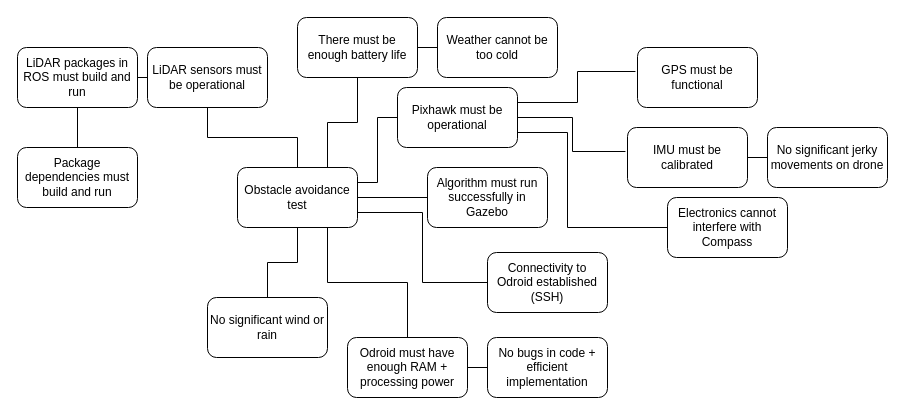
prasannawilliams/high-level-architecture keeps this draw.io diagram as outdoor_testing_dependency.drawio. Above is the earlier version. Source tidied: cells renumbered, new cells numbered last; positions are measured from the earlier drawing's top-left corner, leaving out a move shared by most shapes. Both pictures are drawn from the tidied source at 100%, with x=0, y=0 at pixel (17, 17).
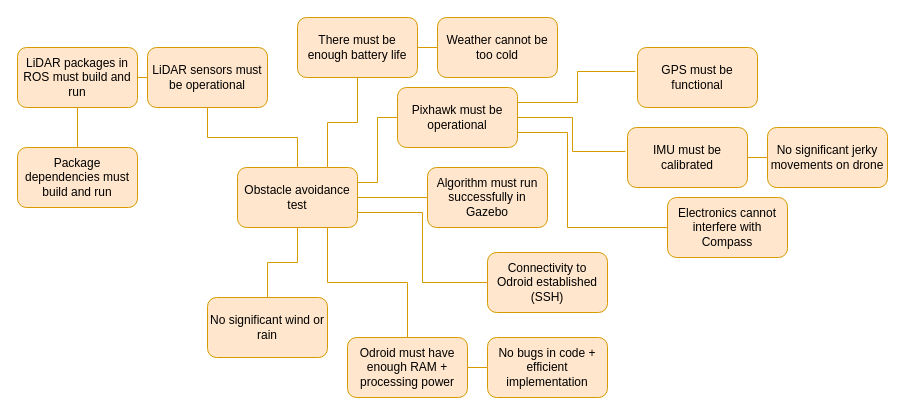
After the change.

Diff of the diagram source:
```diff
@@
-    <mxCell id="2" style="edgeStyle=orthogonalEdgeStyle;rounded=0;jettySize=auto;html=1;exitX=1;exitY=0.75;exitDx=0;exitDy=0;endArrow=none;endFill=0;entryX=0;entryY=0.5;entryDx=0;entryDy=0;" parent="1" edge="1" source="13" target="19">
+    <mxCell id="2" style="edgeStyle=orthogonalEdgeStyle;rounded=0;jettySize=auto;html=1;exitX=1;exitY=0.75;exitDx=0;exitDy=0;endArrow=none;endFill=0;entryX=0;entryY=0.5;entryDx=0;entryDy=0;fillColor=#ffe6cc;strokeColor=#d79b00;" parent="1" edge="1" source="13" target="19">
       <mxGeometry relative="1" as="geometry">
         <Array as="points">
           <mxPoint x="550" y="115" />
           <mxPoint x="550" y="210" />
         </Array>
       </mxGeometry>
     </mxCell>
-    <mxCell id="3" style="edgeStyle=orthogonalEdgeStyle;rounded=0;jettySize=auto;html=1;exitX=1;exitY=0.5;exitDx=0;exitDy=0;endArrow=none;endFill=0;" parent="1" edge="1" source="10" target="11">
+    <mxCell id="3" style="edgeStyle=orthogonalEdgeStyle;rounded=0;jettySize=auto;html=1;exitX=1;exitY=0.5;exitDx=0;exitDy=0;endArrow=none;endFill=0;fillColor=#ffe6cc;strokeColor=#d79b00;" parent="1" edge="1" source="10" target="11">
       <mxGeometry relative="1" as="geometry" />
     </mxCell>
-    <mxCell id="4" style="edgeStyle=orthogonalEdgeStyle;rounded=0;jettySize=auto;html=1;exitX=1;exitY=0.25;exitDx=0;exitDy=0;entryX=0;entryY=0.5;entryDx=0;entryDy=0;endArrow=none;endFill=0;" parent="1" edge="1" source="10" target="13">
+    <mxCell id="4" style="edgeStyle=orthogonalEdgeStyle;rounded=0;jettySize=auto;html=1;exitX=1;exitY=0.25;exitDx=0;exitDy=0;entryX=0;entryY=0.5;entryDx=0;entryDy=0;endArrow=none;endFill=0;fillColor=#ffe6cc;strokeColor=#d79b00;" parent="1" edge="1" source="10" target="13">
       <mxGeometry relative="1" as="geometry" />
     </mxCell>
-    <mxCell id="5" style="edgeStyle=orthogonalEdgeStyle;rounded=0;jettySize=auto;html=1;exitX=1;exitY=0.75;exitDx=0;exitDy=0;entryX=0;entryY=0.5;entryDx=0;entryDy=0;endArrow=none;endFill=0;" parent="1" edge="1" source="10" target="14">
+    <mxCell id="5" style="edgeStyle=orthogonalEdgeStyle;rounded=0;jettySize=auto;html=1;exitX=1;exitY=0.75;exitDx=0;exitDy=0;entryX=0;entryY=0.5;entryDx=0;entryDy=0;endArrow=none;endFill=0;fillColor=#ffe6cc;strokeColor=#d79b00;" parent="1" edge="1" source="10" target="14">
       <mxGeometry relative="1" as="geometry" />
     </mxCell>
-    <mxCell id="6" style="edgeStyle=orthogonalEdgeStyle;rounded=0;jettySize=auto;html=1;exitX=0.75;exitY=1;exitDx=0;exitDy=0;endArrow=none;endFill=0;" parent="1" edge="1" source="10" target="22">
+    <mxCell id="6" style="edgeStyle=orthogonalEdgeStyle;rounded=0;jettySize=auto;html=1;exitX=0.75;exitY=1;exitDx=0;exitDy=0;endArrow=none;endFill=0;fillColor=#ffe6cc;strokeColor=#d79b00;" parent="1" edge="1" source="10" target="22">
       <mxGeometry relative="1" as="geometry" />
     </mxCell>
-    <mxCell id="7" style="edgeStyle=orthogonalEdgeStyle;rounded=0;jettySize=auto;html=1;exitX=0.75;exitY=0;exitDx=0;exitDy=0;endArrow=none;endFill=0;" parent="1" edge="1" source="10" target="25">
+    <mxCell id="7" style="edgeStyle=orthogonalEdgeStyle;rounded=0;jettySize=auto;html=1;exitX=0.75;exitY=0;exitDx=0;exitDy=0;endArrow=none;endFill=0;fillColor=#ffe6cc;strokeColor=#d79b00;" parent="1" edge="1" source="10" target="25">
       <mxGeometry relative="1" as="geometry" />
     </mxCell>
-    <mxCell id="8" style="edgeStyle=orthogonalEdgeStyle;rounded=0;jettySize=auto;html=1;endArrow=none;endFill=0;entryX=0.5;entryY=0;entryDx=0;entryDy=0;" parent="1" edge="1" source="10" target="26">
+    <mxCell id="8" style="edgeStyle=orthogonalEdgeStyle;rounded=0;jettySize=auto;html=1;endArrow=none;endFill=0;entryX=0.5;entryY=0;entryDx=0;entryDy=0;fillColor=#ffe6cc;strokeColor=#d79b00;" parent="1" edge="1" source="10" target="26">
       <mxGeometry relative="1" as="geometry" />
     </mxCell>
-    <mxCell id="9" style="edgeStyle=orthogonalEdgeStyle;rounded=0;jettySize=auto;html=1;endArrow=none;endFill=0;" parent="1" edge="1" source="10" target="29">
+    <mxCell id="9" style="edgeStyle=orthogonalEdgeStyle;rounded=0;jettySize=auto;html=1;endArrow=none;endFill=0;fillColor=#ffe6cc;strokeColor=#d79b00;" parent="1" edge="1" source="10" target="29">
       <mxGeometry relative="1" as="geometry" />
     </mxCell>
-    <mxCell id="10" value="Obstacle avoidance test" style="rounded=1;whiteSpace=wrap;html=1;" parent="1" vertex="1">
+    <mxCell id="10" value="Obstacle avoidance test" style="rounded=1;whiteSpace=wrap;html=1;fillColor=#ffe6cc;strokeColor=#d79b00;" parent="1" vertex="1">
       <mxGeometry x="220" y="150" width="120" height="60" as="geometry" />
     </mxCell>
-    <mxCell id="11" value="Algorithm must run successfully in Gazebo&lt;br&gt;" style="rounded=1;whiteSpace=wrap;html=1;" parent="1" vertex="1">
+    <mxCell id="11" value="Algorithm must run successfully in Gazebo&lt;br&gt;" style="rounded=1;whiteSpace=wrap;html=1;fillColor=#ffe6cc;strokeColor=#d79b00;" parent="1" vertex="1">
       <mxGeometry x="410" y="150" width="120" height="60" as="geometry" />
     </mxCell>
-    <mxCell id="12" style="edgeStyle=orthogonalEdgeStyle;rounded=0;jettySize=auto;html=1;exitX=1;exitY=0.25;exitDx=0;exitDy=0;entryX=-0.017;entryY=0.4;entryDx=0;entryDy=0;entryPerimeter=0;endArrow=none;endFill=0;" parent="1" edge="1" source="13" target="15">
+    <mxCell id="12" style="edgeStyle=orthogonalEdgeStyle;rounded=0;jettySize=auto;html=1;exitX=1;exitY=0.25;exitDx=0;exitDy=0;entryX=-0.017;entryY=0.4;entryDx=0;entryDy=0;entryPerimeter=0;endArrow=none;endFill=0;fillColor=#ffe6cc;strokeColor=#d79b00;" parent="1" edge="1" source="13" target="15">
       <mxGeometry relative="1" as="geometry" />
     </mxCell>
-    <mxCell id="13" value="Pixhawk must be operational&lt;br&gt;" style="rounded=1;whiteSpace=wrap;html=1;" parent="1" vertex="1">
+    <mxCell id="13" value="Pixhawk must be operational&lt;br&gt;" style="rounded=1;whiteSpace=wrap;html=1;fillColor=#ffe6cc;strokeColor=#d79b00;" parent="1" vertex="1">
       <mxGeometry x="380" y="70" width="120" height="60" as="geometry" />
     </mxCell>
-    <mxCell id="14" value="Connectivity to Odroid established (SSH)" style="rounded=1;whiteSpace=wrap;html=1;" parent="1" vertex="1">
+    <mxCell id="14" value="Connectivity to Odroid established (SSH)" style="rounded=1;whiteSpace=wrap;html=1;fillColor=#ffe6cc;strokeColor=#d79b00;" parent="1" vertex="1">
       <mxGeometry x="470" y="235" width="120" height="60" as="geometry" />
     </mxCell>
-    <mxCell id="15" value="GPS must be functional&lt;br&gt;" style="rounded=1;whiteSpace=wrap;html=1;" parent="1" vertex="1">
+    <mxCell id="15" value="GPS must be functional&lt;br&gt;" style="rounded=1;whiteSpace=wrap;html=1;fillColor=#ffe6cc;strokeColor=#d79b00;" parent="1" vertex="1">
       <mxGeometry x="620" y="30" width="120" height="60" as="geometry" />
     </mxCell>
-    <mxCell id="16" style="edgeStyle=orthogonalEdgeStyle;rounded=0;jettySize=auto;html=1;exitX=1;exitY=0.5;exitDx=0;exitDy=0;entryX=-0.017;entryY=0.4;entryDx=0;entryDy=0;entryPerimeter=0;endArrow=none;endFill=0;" parent="1" edge="1" source="13" target="18">
+    <mxCell id="16" style="edgeStyle=orthogonalEdgeStyle;rounded=0;jettySize=auto;html=1;exitX=1;exitY=0.5;exitDx=0;exitDy=0;entryX=-0.017;entryY=0.4;entryDx=0;entryDy=0;entryPerimeter=0;endArrow=none;endFill=0;fillColor=#ffe6cc;strokeColor=#d79b00;" parent="1" edge="1" source="13" target="18">
       <mxGeometry relative="1" as="geometry" />
     </mxCell>
-    <mxCell id="17" style="edgeStyle=orthogonalEdgeStyle;rounded=0;jettySize=auto;html=1;exitX=1;exitY=0.5;exitDx=0;exitDy=0;endArrow=none;endFill=0;entryX=0;entryY=0.5;entryDx=0;entryDy=0;" parent="1" edge="1" source="18" target="20">
+    <mxCell id="17" style="edgeStyle=orthogonalEdgeStyle;rounded=0;jettySize=auto;html=1;exitX=1;exitY=0.5;exitDx=0;exitDy=0;endArrow=none;endFill=0;entryX=0;entryY=0.5;entryDx=0;entryDy=0;fillColor=#ffe6cc;strokeColor=#d79b00;" parent="1" edge="1" source="18" target="20">
       <mxGeometry relative="1" as="geometry" />
     </mxCell>
-    <mxCell id="18" value="IMU must be calibrated&lt;br&gt;" style="rounded=1;whiteSpace=wrap;html=1;" parent="1" vertex="1">
+    <mxCell id="18" value="IMU must be calibrated&lt;br&gt;" style="rounded=1;whiteSpace=wrap;html=1;fillColor=#ffe6cc;strokeColor=#d79b00;" parent="1" vertex="1">
       <mxGeometry x="610" y="110" width="120" height="60" as="geometry" />
     </mxCell>
-    <mxCell id="19" value="Electronics cannot interfere with Compass&lt;br&gt;" style="rounded=1;whiteSpace=wrap;html=1;" parent="1" vertex="1">
+    <mxCell id="19" value="Electronics cannot interfere with Compass&lt;br&gt;" style="rounded=1;whiteSpace=wrap;html=1;fillColor=#ffe6cc;strokeColor=#d79b00;" parent="1" vertex="1">
       <mxGeometry x="650" y="180" width="120" height="60" as="geometry" />
     </mxCell>
-    <mxCell id="20" value="No significant jerky movements on drone&lt;br&gt;" style="rounded=1;whiteSpace=wrap;html=1;" parent="1" vertex="1">
+    <mxCell id="20" value="No significant jerky movements on drone&lt;br&gt;" style="rounded=1;whiteSpace=wrap;html=1;fillColor=#ffe6cc;strokeColor=#d79b00;" parent="1" vertex="1">
       <mxGeometry x="750" y="110" width="120" height="60" as="geometry" />
     </mxCell>
-    <mxCell id="21" style="edgeStyle=orthogonalEdgeStyle;rounded=0;jettySize=auto;html=1;endArrow=none;endFill=0;" parent="1" edge="1" source="22" target="23">
+    <mxCell id="21" style="edgeStyle=orthogonalEdgeStyle;rounded=0;jettySize=auto;html=1;endArrow=none;endFill=0;fillColor=#ffe6cc;strokeColor=#d79b00;" parent="1" edge="1" source="22" target="23">
       <mxGeometry relative="1" as="geometry" />
     </mxCell>
-    <mxCell id="22" value="Odroid must have enough RAM + processing power" style="rounded=1;whiteSpace=wrap;html=1;" parent="1" vertex="1">
+    <mxCell id="22" value="Odroid must have enough RAM + processing power" style="rounded=1;whiteSpace=wrap;html=1;fillColor=#ffe6cc;strokeColor=#d79b00;" parent="1" vertex="1">
       <mxGeometry x="330" y="320" width="120" height="60" as="geometry" />
     </mxCell>
-    <mxCell id="23" value="No bugs in code + efficient implementation" style="rounded=1;whiteSpace=wrap;html=1;" parent="1" vertex="1">
+    <mxCell id="23" value="No bugs in code + efficient implementation" style="rounded=1;whiteSpace=wrap;html=1;fillColor=#ffe6cc;strokeColor=#d79b00;" parent="1" vertex="1">
       <mxGeometry x="470" y="320" width="120" height="60" as="geometry" />
     </mxCell>
-    <mxCell id="24" style="edgeStyle=orthogonalEdgeStyle;rounded=0;jettySize=auto;html=1;endArrow=none;endFill=0;" parent="1" edge="1" source="25" target="27">
+    <mxCell id="24" style="edgeStyle=orthogonalEdgeStyle;rounded=0;jettySize=auto;html=1;endArrow=none;endFill=0;fillColor=#ffe6cc;strokeColor=#d79b00;" parent="1" edge="1" source="25" target="27">
       <mxGeometry relative="1" as="geometry" />
     </mxCell>
-    <mxCell id="25" value="There must be enough battery life" style="rounded=1;whiteSpace=wrap;html=1;" parent="1" vertex="1">
+    <mxCell id="25" value="There must be enough battery life" style="rounded=1;whiteSpace=wrap;html=1;fillColor=#ffe6cc;strokeColor=#d79b00;" parent="1" vertex="1">
       <mxGeometry x="280" width="120" height="60" as="geometry" />
     </mxCell>
-    <mxCell id="26" value="No significant wind or rain&lt;br&gt;" style="rounded=1;whiteSpace=wrap;html=1;" parent="1" vertex="1">
+    <mxCell id="26" value="No significant wind or rain&lt;br&gt;" style="rounded=1;whiteSpace=wrap;html=1;fillColor=#ffe6cc;strokeColor=#d79b00;" parent="1" vertex="1">
       <mxGeometry x="190" y="280" width="120" height="60" as="geometry" />
     </mxCell>
-    <mxCell id="27" value="Weather cannot be too cold" style="rounded=1;whiteSpace=wrap;html=1;" parent="1" vertex="1">
+    <mxCell id="27" value="Weather cannot be too cold" style="rounded=1;whiteSpace=wrap;html=1;fillColor=#ffe6cc;strokeColor=#d79b00;" parent="1" vertex="1">
       <mxGeometry x="420" width="120" height="60" as="geometry" />
     </mxCell>
-    <mxCell id="28" style="edgeStyle=orthogonalEdgeStyle;rounded=0;jettySize=auto;html=1;exitX=0;exitY=0.5;exitDx=0;exitDy=0;endArrow=none;endFill=0;" parent="1" edge="1" source="29" target="31">
+    <mxCell id="28" style="edgeStyle=orthogonalEdgeStyle;rounded=0;jettySize=auto;html=1;exitX=0;exitY=0.5;exitDx=0;exitDy=0;endArrow=none;endFill=0;fillColor=#ffe6cc;strokeColor=#d79b00;" parent="1" edge="1" source="29" target="31">
       <mxGeometry relative="1" as="geometry" />
     </mxCell>
-    <mxCell id="29" value="LiDAR sensors must be operational" style="rounded=1;whiteSpace=wrap;html=1;" parent="1" vertex="1">
+    <mxCell id="29" value="LiDAR sensors must be operational" style="rounded=1;whiteSpace=wrap;html=1;fillColor=#ffe6cc;strokeColor=#d79b00;" parent="1" vertex="1">
       <mxGeometry x="130" y="30" width="120" height="60" as="geometry" />
     </mxCell>
-    <mxCell id="30" style="edgeStyle=orthogonalEdgeStyle;rounded=0;jettySize=auto;html=1;endArrow=none;endFill=0;" parent="1" edge="1" source="31" target="32">
+    <mxCell id="30" style="edgeStyle=orthogonalEdgeStyle;rounded=0;jettySize=auto;html=1;endArrow=none;endFill=0;fillColor=#ffe6cc;strokeColor=#d79b00;" parent="1" edge="1" source="31" target="32">
       <mxGeometry relative="1" as="geometry" />
     </mxCell>
-    <mxCell id="31" value="LiDAR packages in ROS must build and run" style="rounded=1;whiteSpace=wrap;html=1;" parent="1" vertex="1">
+    <mxCell id="31" value="LiDAR packages in ROS must build and run" style="rounded=1;whiteSpace=wrap;html=1;fillColor=#ffe6cc;strokeColor=#d79b00;" parent="1" vertex="1">
       <mxGeometry y="30" width="120" height="60" as="geometry" />
     </mxCell>
-    <mxCell id="32" value="Package dependencies must build and run" style="rounded=1;whiteSpace=wrap;html=1;" parent="1" vertex="1">
+    <mxCell id="32" value="Package dependencies must build and run" style="rounded=1;whiteSpace=wrap;html=1;fillColor=#ffe6cc;strokeColor=#d79b00;" parent="1" vertex="1">
       <mxGeometry y="130" width="120" height="60" as="geometry" />
     </mxCell>
```
